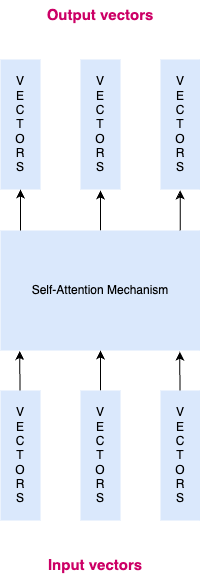
Above: example2.png in YusuCoder/LLM-challenges (draw.io), before the change. Source tidied: cells renumbered, new cells last; positions are measured from the earlier drawing's top-left corner, leaving out a move shared by most shapes.
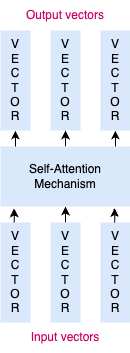
Later version of the same file.

What changed in the source:
```diff
@@ -2,57 +2,56 @@
   <root>
     <mxCell id="0" />
     <mxCell id="1" parent="0" />
-    <mxCell id="2" value="V&lt;div&gt;E&lt;/div&gt;&lt;div&gt;C&lt;/div&gt;&lt;div&gt;T&lt;/div&gt;&lt;div&gt;O&lt;/div&gt;&lt;div&gt;R&lt;/div&gt;&lt;div&gt;S&lt;/div&gt;" style="text;html=1;align=center;verticalAlign=middle;whiteSpace=wrap;rounded=0;fillColor=#dae8fc;strokeColor=none;" parent="1" vertex="1">
-      <mxGeometry y="60" width="40" height="130" as="geometry" />
-    </mxCell>
-    <mxCell id="3" value="V&lt;div&gt;E&lt;/div&gt;&lt;div&gt;C&lt;/div&gt;&lt;div&gt;T&lt;/div&gt;&lt;div&gt;O&lt;/div&gt;&lt;div&gt;R&lt;/div&gt;&lt;div&gt;S&lt;/div&gt;" style="text;html=1;align=center;verticalAlign=middle;whiteSpace=wrap;rounded=0;fillColor=#dae8fc;strokeColor=none;" parent="1" vertex="1">
-      <mxGeometry x="80" y="60" width="40" height="130" as="geometry" />
-    </mxCell>
-    <mxCell id="4" value="V&lt;div&gt;E&lt;/div&gt;&lt;div&gt;C&lt;/div&gt;&lt;div&gt;T&lt;/div&gt;&lt;div&gt;O&lt;/div&gt;&lt;div&gt;R&lt;/div&gt;&lt;div&gt;S&lt;/div&gt;" style="text;html=1;align=center;verticalAlign=middle;whiteSpace=wrap;rounded=0;fillColor=#dae8fc;strokeColor=none;" parent="1" vertex="1">
-      <mxGeometry x="160" y="60" width="40" height="130" as="geometry" />
-    </mxCell>
-    <mxCell id="5" style="edgeStyle=none;html=1;" parent="1" edge="1" source="6">
-      <mxGeometry relative="1" as="geometry">
-        <mxPoint x="100" y="191" as="targetPoint" />
-      </mxGeometry>
-    </mxCell>
+    <mxCell id="17" value="V&lt;div&gt;E&lt;/div&gt;&lt;div&gt;C&lt;/div&gt;&lt;div&gt;T&lt;/div&gt;&lt;div&gt;O&lt;/div&gt;&lt;div&gt;R&lt;/div&gt;" style="text;html=1;align=center;verticalAlign=middle;whiteSpace=wrap;rounded=0;fillColor=#dae8fc;strokeColor=none;" parent="1" vertex="1">
+      <mxGeometry x="-190" y="14" width="30" height="100" as="geometry" />
+    </mxCell>
+    <mxCell id="18" value="V&lt;div&gt;E&lt;/div&gt;&lt;div&gt;C&lt;/div&gt;&lt;div&gt;T&lt;/div&gt;&lt;div&gt;O&lt;/div&gt;&lt;div&gt;R&lt;/div&gt;" style="text;html=1;align=center;verticalAlign=middle;whiteSpace=wrap;rounded=0;fillColor=#dae8fc;strokeColor=none;" parent="1" vertex="1">
+      <mxGeometry x="-140" y="14" width="30" height="100" as="geometry" />
+    </mxCell>
+    <mxCell id="19" value="V&lt;div&gt;E&lt;/div&gt;&lt;div&gt;C&lt;/div&gt;&lt;div&gt;T&lt;/div&gt;&lt;div&gt;O&lt;/div&gt;&lt;div&gt;R&lt;/div&gt;" style="text;html=1;align=center;verticalAlign=middle;whiteSpace=wrap;rounded=0;fillColor=#dae8fc;strokeColor=none;" parent="1" vertex="1">
+      <mxGeometry x="-90" y="14" width="30" height="100" as="geometry" />
+    </mxCell>
+    <mxCell id="20" value="V&lt;div&gt;E&lt;/div&gt;&lt;div&gt;C&lt;/div&gt;&lt;div&gt;T&lt;/div&gt;&lt;div&gt;O&lt;/div&gt;&lt;div&gt;R&lt;/div&gt;" style="text;html=1;align=center;verticalAlign=middle;whiteSpace=wrap;rounded=0;fillColor=#dae8fc;strokeColor=none;" parent="1" vertex="1">
+      <mxGeometry x="-90" y="206" width="30" height="100" as="geometry" />
+    </mxCell>
+    <mxCell id="21" value="V&lt;div&gt;E&lt;/div&gt;&lt;div&gt;C&lt;/div&gt;&lt;div&gt;T&lt;/div&gt;&lt;div&gt;O&lt;/div&gt;&lt;div&gt;R&lt;/div&gt;" style="text;html=1;align=center;verticalAlign=middle;whiteSpace=wrap;rounded=0;fillColor=#dae8fc;strokeColor=none;" parent="1" vertex="1">
+      <mxGeometry x="-190" y="206" width="30" height="100" as="geometry" />
+    </mxCell>
+    <mxCell id="22" style="edgeStyle=none;html=1;entryX=0.5;entryY=1;entryDx=0;entryDy=0;" parent="1" edge="1" source="23" target="6">
+      <mxGeometry relative="1" as="geometry" />
+    </mxCell>
+    <mxCell id="23" value="V&lt;div&gt;E&lt;/div&gt;&lt;div&gt;C&lt;/div&gt;&lt;div&gt;T&lt;/div&gt;&lt;div&gt;O&lt;/div&gt;&lt;div&gt;R&lt;/div&gt;" style="text;html=1;align=center;verticalAlign=middle;whiteSpace=wrap;rounded=0;fillColor=#dae8fc;strokeColor=none;" parent="1" vertex="1">
+      <mxGeometry x="-140" y="206" width="30" height="100" as="geometry" />
+    </mxCell>
+    <mxCell id="24" style="edgeStyle=none;html=1;entryX=0.5;entryY=1;entryDx=0;entryDy=0;" parent="1" edge="1" source="6" target="18">
+      <mxGeometry relative="1" as="geometry" />
+    </mxCell>
     <mxCell id="6" value="Self-Attention Mechanism" style="rounded=0;whiteSpace=wrap;html=1;fillColor=#dae8fc;strokeColor=none;" parent="1" vertex="1">
-      <mxGeometry y="231" width="200" height="120" as="geometry" />
+      <mxGeometry x="-190" y="130" width="130" height="60" as="geometry" />
     </mxCell>
-    <mxCell id="7" value="V&lt;div&gt;E&lt;/div&gt;&lt;div&gt;C&lt;/div&gt;&lt;div&gt;T&lt;/div&gt;&lt;div&gt;O&lt;/div&gt;&lt;div&gt;R&lt;/div&gt;&lt;div&gt;S&lt;/div&gt;" style="text;html=1;align=center;verticalAlign=middle;whiteSpace=wrap;rounded=0;fillColor=#dae8fc;strokeColor=none;" parent="1" vertex="1">
-      <mxGeometry y="391" width="40" height="130" as="geometry" />
-    </mxCell>
-    <mxCell id="8" style="edgeStyle=none;html=1;entryX=0.5;entryY=1;entryDx=0;entryDy=0;" parent="1" edge="1" source="9" target="6">
-      <mxGeometry relative="1" as="geometry" />
-    </mxCell>
-    <mxCell id="9" value="V&lt;div&gt;E&lt;/div&gt;&lt;div&gt;C&lt;/div&gt;&lt;div&gt;T&lt;/div&gt;&lt;div&gt;O&lt;/div&gt;&lt;div&gt;R&lt;/div&gt;&lt;div&gt;S&lt;/div&gt;" style="text;html=1;align=center;verticalAlign=middle;whiteSpace=wrap;rounded=0;fillColor=#dae8fc;strokeColor=none;" parent="1" vertex="1">
-      <mxGeometry x="80" y="391" width="40" height="130" as="geometry" />
-    </mxCell>
-    <mxCell id="10" value="V&lt;div&gt;E&lt;/div&gt;&lt;div&gt;C&lt;/div&gt;&lt;div&gt;T&lt;/div&gt;&lt;div&gt;O&lt;/div&gt;&lt;div&gt;R&lt;/div&gt;&lt;div&gt;S&lt;/div&gt;" style="text;html=1;align=center;verticalAlign=middle;whiteSpace=wrap;rounded=0;fillColor=#dae8fc;strokeColor=none;" parent="1" vertex="1">
-      <mxGeometry x="160" y="391" width="40" height="130" as="geometry" />
-    </mxCell>
-    <mxCell id="11" style="edgeStyle=none;html=1;entryX=0.096;entryY=1.004;entryDx=0;entryDy=0;entryPerimeter=0;" parent="1" edge="1" source="7" target="6">
-      <mxGeometry relative="1" as="geometry" />
-    </mxCell>
-    <mxCell id="12" style="edgeStyle=none;html=1;entryX=0.896;entryY=1.01;entryDx=0;entryDy=0;entryPerimeter=0;" parent="1" edge="1" source="10" target="6">
-      <mxGeometry relative="1" as="geometry" />
-    </mxCell>
-    <mxCell id="13" style="endArrow=classic;html=1;entryX=0.5;entryY=1;entryDx=0;entryDy=0;" parent="1" edge="1" target="2">
-      <mxGeometry relative="1" as="geometry">
-        <mxPoint x="20" y="231" as="sourcePoint" />
-      </mxGeometry>
-    </mxCell>
-    <mxCell id="14" style="edgeStyle=none;html=1;" parent="1" edge="1">
-      <mxGeometry relative="1" as="geometry">
-        <mxPoint x="179.6" y="231" as="sourcePoint" />
-        <mxPoint x="179.6" y="191" as="targetPoint" />
-      </mxGeometry>
-    </mxCell>
+    <mxCell id="25" style="edgeStyle=none;html=1;entryX=0.104;entryY=1.033;entryDx=0;entryDy=0;entryPerimeter=0;" parent="1" edge="1" source="21" target="6">
+      <mxGeometry relative="1" as="geometry" />
+    </mxCell>
+    <mxCell id="26" style="edgeStyle=none;html=1;entryX=0.877;entryY=1.025;entryDx=0;entryDy=0;entryPerimeter=0;" parent="1" edge="1" source="20" target="6">
+      <mxGeometry relative="1" as="geometry" />
+    </mxCell>
+    <mxCell id="27" style="edgeStyle=none;html=1;entryX=0.5;entryY=1;entryDx=0;entryDy=0;" parent="1" edge="1">
+      <mxGeometry relative="1" as="geometry">
+        <mxPoint x="-75.1" y="130" as="sourcePoint" />
+        <mxPoint x="-75.1" y="114" as="targetPoint" />
+      </mxGeometry>
+    </mxCell>
+    <mxCell id="28" style="edgeStyle=none;html=1;entryX=0.5;entryY=1;entryDx=0;entryDy=0;" parent="1" edge="1">
+      <mxGeometry relative="1" as="geometry">
+        <mxPoint x="-175.1" y="130" as="sourcePoint" />
+        <mxPoint x="-175.1" y="114" as="targetPoint" />
+      </mxGeometry>
+    </mxCell>
-    <mxCell id="15" value="&lt;b&gt;&lt;font style=&quot;font-size: 15px; color: rgb(204, 0, 102);&quot;&gt;Output vectors&lt;/font&gt;&lt;/b&gt;" style="text;html=1;align=center;verticalAlign=middle;whiteSpace=wrap;rounded=0;" parent="1" vertex="1">
-      <mxGeometry x="45" width="110" height="30" as="geometry" />
+    <mxCell id="15" value="&lt;font style=&quot;color: rgb(204, 0, 102);&quot;&gt;Output vectors&lt;/font&gt;" style="text;html=1;align=center;verticalAlign=middle;whiteSpace=wrap;rounded=0;" parent="1" vertex="1">
+      <mxGeometry x="-170" y="-16" width="90" height="30" as="geometry" />
     </mxCell>
-    <mxCell id="16" value="&lt;b&gt;&lt;font style=&quot;font-size: 15px; color: rgb(204, 0, 102);&quot;&gt;Input vectors&lt;/font&gt;&lt;/b&gt;" style="text;html=1;align=center;verticalAlign=middle;whiteSpace=wrap;rounded=0;" parent="1" vertex="1">
-      <mxGeometry x="40" y="550" width="110" height="30" as="geometry" />
+    <mxCell id="16" value="&lt;font style=&quot;color: rgb(204, 0, 102);&quot;&gt;Input vectors&lt;/font&gt;" style="text;html=1;align=center;verticalAlign=middle;whiteSpace=wrap;rounded=0;" parent="1" vertex="1">
+      <mxGeometry x="-170" y="306" width="90" height="30" as="geometry" />
     </mxCell>
   </root>
 </mxGraphModel>
```
